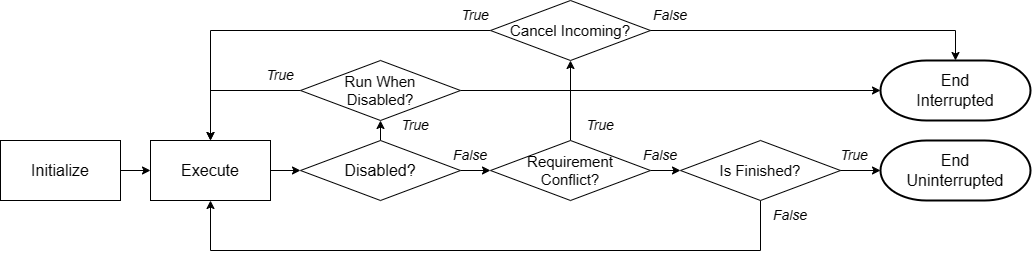
Before: images/commands.drawio.png, a diagram exported from draw.io (KeseterG/FRC-2024-Kickoff-Workshop). Source tidied: cells renumbered, new cells last; positions are measured from the earlier drawing's top-left corner, leaving out a move shared by most shapes.
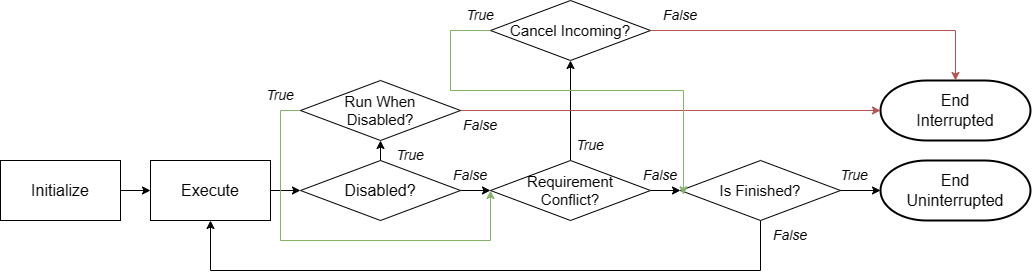
The same file after the commit.

What changed in the source:
```diff
@@ -29,11 +29,8 @@
     <mxCell id="10" value="Initialize" style="rounded=0;whiteSpace=wrap;html=1;fontSize=16;" parent="1" vertex="1">
       <mxGeometry y="140" width="120" height="60" as="geometry" />
     </mxCell>
-    <mxCell id="11" style="edgeStyle=orthogonalEdgeStyle;rounded=0;jettySize=auto;html=1;exitX=0;exitY=0.5;exitDx=0;exitDy=0;entryX=0.5;entryY=0;entryDx=0;entryDy=0;" parent="1" edge="1" source="12" target="3">
-      <mxGeometry relative="1" as="geometry" />
-    </mxCell>
     <mxCell id="12" value="Cancel Incoming?" style="rhombus;whiteSpace=wrap;html=1;fontSize=15;" parent="1" vertex="1">
-      <mxGeometry x="490" width="160" height="60" as="geometry" />
+      <mxGeometry x="490" y="-20" width="160" height="60" as="geometry" />
     </mxCell>
     <mxCell id="13" style="edgeStyle=orthogonalEdgeStyle;rounded=0;jettySize=auto;html=1;exitX=0.5;exitY=0;exitDx=0;exitDy=0;entryX=0.5;entryY=1;entryDx=0;entryDy=0;" parent="1" edge="1" source="15" target="12">
       <mxGeometry relative="1" as="geometry" />
@@ -44,10 +41,16 @@
     <mxCell id="15" value="Requirement&lt;br style=&quot;font-size: 15px;&quot;&gt;Conflict?" style="rhombus;whiteSpace=wrap;html=1;fontSize=15;" parent="1" vertex="1">
       <mxGeometry x="490" y="140" width="160" height="60" as="geometry" />
     </mxCell>
-    <mxCell id="16" style="edgeStyle=orthogonalEdgeStyle;rounded=0;jettySize=auto;html=1;exitX=0;exitY=0.5;exitDx=0;exitDy=0;entryX=0.5;entryY=0;entryDx=0;entryDy=0;" parent="1" edge="1" source="18" target="3">
-      <mxGeometry relative="1" as="geometry" />
+    <mxCell id="16" style="edgeStyle=orthogonalEdgeStyle;rounded=0;jettySize=auto;html=1;exitX=0;exitY=0.5;exitDx=0;exitDy=0;entryX=0;entryY=0.5;entryDx=0;entryDy=0;fillColor=#d5e8d4;strokeColor=#82b366;" parent="1" edge="1" source="18" target="15">
+      <mxGeometry relative="1" as="geometry">
+        <Array as="points">
+          <mxPoint x="280" y="90" />
+          <mxPoint x="280" y="220" />
+          <mxPoint x="490" y="220" />
+        </Array>
+      </mxGeometry>
     </mxCell>
-    <mxCell id="17" style="edgeStyle=orthogonalEdgeStyle;rounded=0;jettySize=auto;html=1;exitX=1;exitY=0.5;exitDx=0;exitDy=0;entryX=0;entryY=0.5;entryDx=0;entryDy=0;entryPerimeter=0;" parent="1" edge="1" source="18" target="4">
+    <mxCell id="17" style="edgeStyle=orthogonalEdgeStyle;rounded=0;jettySize=auto;html=1;exitX=1;exitY=0.5;exitDx=0;exitDy=0;entryX=0;entryY=0.5;entryDx=0;entryDy=0;entryPerimeter=0;fillColor=#f8cecc;strokeColor=#b85450;" parent="1" edge="1" source="18" target="4">
       <mxGeometry relative="1" as="geometry" />
     </mxCell>
     <mxCell id="18" value="Run When&lt;br style=&quot;font-size: 15px;&quot;&gt;Disabled?" style="rhombus;whiteSpace=wrap;html=1;fontSize=15;" parent="1" vertex="1">
@@ -68,16 +71,16 @@
       <mxGeometry relative="1" as="geometry" />
     </mxCell>
     <mxCell id="22" value="&lt;i&gt;True&lt;/i&gt;" style="text;html=1;strokeColor=none;fillColor=none;align=center;verticalAlign=middle;whiteSpace=wrap;rounded=0;fontSize=14;" parent="1" vertex="1">
-      <mxGeometry x="385" y="110" width="60" height="30" as="geometry" />
+      <mxGeometry x="380" y="120" width="60" height="30" as="geometry" />
     </mxCell>
     <mxCell id="23" value="&lt;i&gt;False&lt;/i&gt;" style="text;html=1;strokeColor=none;fillColor=none;align=center;verticalAlign=middle;whiteSpace=wrap;rounded=0;fontSize=14;" parent="1" vertex="1">
       <mxGeometry x="440" y="140" width="60" height="30" as="geometry" />
     </mxCell>
     <mxCell id="24" value="&lt;i&gt;True&lt;/i&gt;" style="text;html=1;strokeColor=none;fillColor=none;align=center;verticalAlign=middle;whiteSpace=wrap;rounded=0;fontSize=14;" parent="1" vertex="1">
-      <mxGeometry x="570" y="110" width="60" height="30" as="geometry" />
+      <mxGeometry x="560" y="110" width="60" height="30" as="geometry" />
     </mxCell>
     <mxCell id="25" value="&lt;i&gt;True&lt;/i&gt;" style="text;html=1;strokeColor=none;fillColor=none;align=center;verticalAlign=middle;whiteSpace=wrap;rounded=0;fontSize=14;" parent="1" vertex="1">
-      <mxGeometry x="445" width="60" height="30" as="geometry" />
+      <mxGeometry x="450" y="-20" width="60" height="30" as="geometry" />
     </mxCell>
     <mxCell id="26" value="&lt;i&gt;True&lt;/i&gt;" style="text;html=1;strokeColor=none;fillColor=none;align=center;verticalAlign=middle;whiteSpace=wrap;rounded=0;fontSize=14;" parent="1" vertex="1">
       <mxGeometry x="250" y="60" width="60" height="30" as="geometry" />
@@ -88,14 +91,31 @@
     <mxCell id="28" value="&lt;i&gt;True&lt;/i&gt;" style="text;html=1;strokeColor=none;fillColor=none;align=center;verticalAlign=middle;whiteSpace=wrap;rounded=0;fontSize=14;" parent="1" vertex="1">
       <mxGeometry x="824" y="140" width="60" height="30" as="geometry" />
     </mxCell>
-    <mxCell id="29" style="edgeStyle=orthogonalEdgeStyle;rounded=0;jettySize=auto;html=1;exitX=1;exitY=0.5;exitDx=0;exitDy=0;entryX=0.5;entryY=0;entryDx=0;entryDy=0;entryPerimeter=0;" parent="1" edge="1" source="12" target="4">
-      <mxGeometry relative="1" as="geometry" />
+    <mxCell id="29" style="edgeStyle=orthogonalEdgeStyle;rounded=0;jettySize=auto;html=1;exitX=1;exitY=0.5;exitDx=0;exitDy=0;entryX=0.5;entryY=0;entryDx=0;entryDy=0;entryPerimeter=0;fillColor=#f8cecc;strokeColor=#b85450;" parent="1" edge="1" source="12" target="4">
+      <mxGeometry relative="1" as="geometry">
+        <Array as="points">
+          <mxPoint x="650" y="10" />
+          <mxPoint x="955" y="10" />
+        </Array>
+      </mxGeometry>
     </mxCell>
     <mxCell id="30" value="&lt;i&gt;False&lt;/i&gt;" style="text;html=1;strokeColor=none;fillColor=none;align=center;verticalAlign=middle;whiteSpace=wrap;rounded=0;fontSize=14;" parent="1" vertex="1">
-      <mxGeometry x="640" width="60" height="30" as="geometry" />
+      <mxGeometry x="650" y="-20" width="60" height="30" as="geometry" />
     </mxCell>
     <mxCell id="31" value="&lt;i&gt;False&lt;/i&gt;" style="text;html=1;strokeColor=none;fillColor=none;align=center;verticalAlign=middle;whiteSpace=wrap;rounded=0;fontSize=14;" parent="1" vertex="1">
       <mxGeometry x="760" y="200" width="60" height="30" as="geometry" />
     </mxCell>
+    <mxCell id="32" value="&lt;i&gt;False&lt;/i&gt;" style="text;html=1;strokeColor=none;fillColor=none;align=center;verticalAlign=middle;whiteSpace=wrap;rounded=0;fontSize=14;" parent="1" vertex="1">
+      <mxGeometry x="450" y="90" width="60" height="30" as="geometry" />
+    </mxCell>
+    <mxCell id="33" style="edgeStyle=orthogonalEdgeStyle;rounded=0;jettySize=auto;html=1;exitX=0;exitY=0.5;exitDx=0;exitDy=0;entryX=0.883;entryY=1.144;entryDx=0;entryDy=0;entryPerimeter=0;fillColor=#d5e8d4;strokeColor=#82b366;" parent="1" edge="1" source="12" target="27">
+      <mxGeometry relative="1" as="geometry">
+        <Array as="points">
+          <mxPoint x="450" y="10" />
+          <mxPoint x="450" y="70" />
+          <mxPoint x="683" y="70" />
+        </Array>
+      </mxGeometry>
+    </mxCell>
   </root>
 </mxGraphModel>
```
